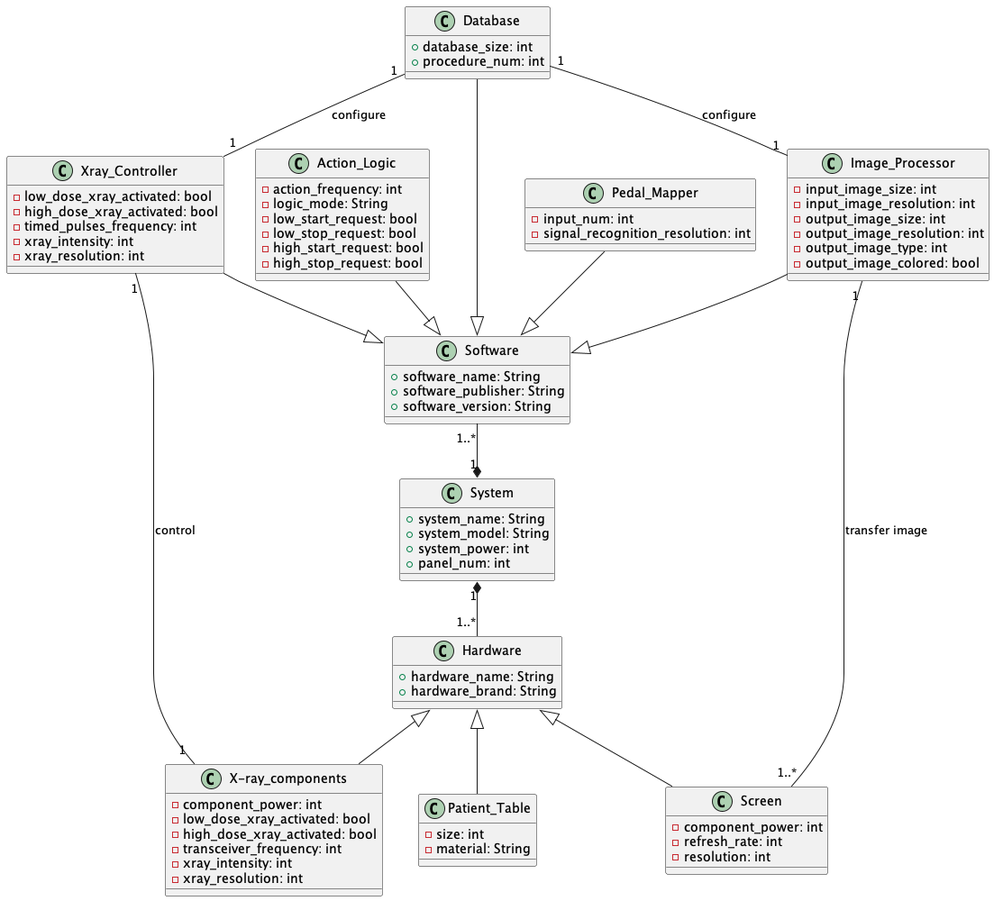
Above: class-high-level/src.png in JCLLi/Software-System-Traning (PlantUML), before the change.
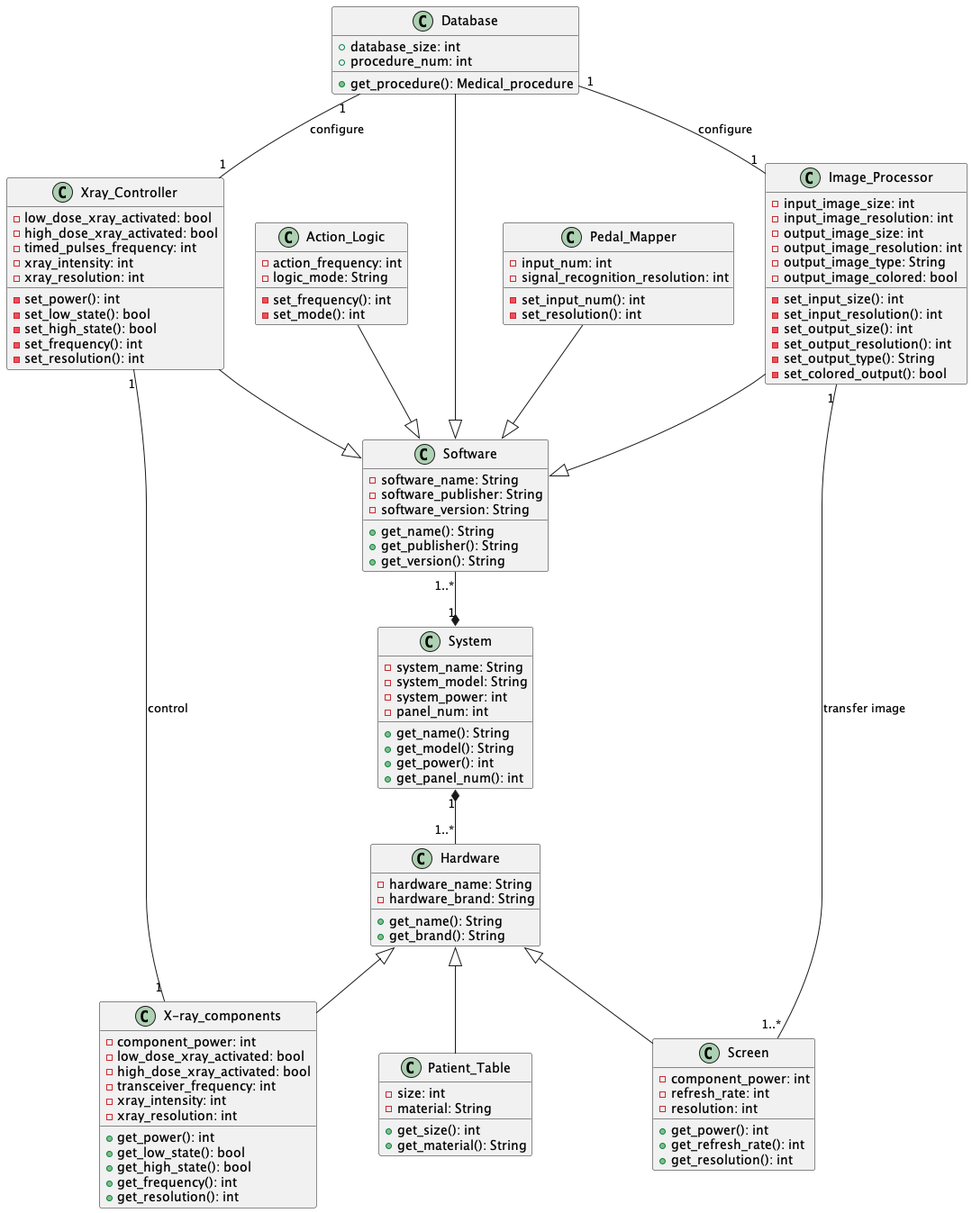
Later version of the same file.

Commit message:
Figure output

The edit, as a diff of the source:
```diff
@@ -1,20 +1,32 @@
 @startuml
 class “System” as sc{
-+system_name: String
-+system_model: String
-+system_power: int
-+panel_num: int
+-system_name: String
+-system_model: String
+-system_power: int
+-panel_num: int
+
++get_name(): String
++get_model(): String
++get_power(): int
++get_panel_num(): int
 }
 
 class "Hardware" as h{
-+hardware_name: String
-+hardware_brand: String
+-hardware_name: String
+-hardware_brand: String
+
++get_name(): String
++get_brand(): String
 }
 
 class "Software" as s{
-+software_name: String
-+software_publisher: String
-+software_version: String
+-software_name: String
+-software_publisher: String
+-software_version: String
+
++get_name(): String
++get_publisher(): String
++get_version(): String
 }
 
 class "X-ray_components" as xc{
@@ -24,17 +36,30 @@
 -transceiver_frequency: int
 -xray_intensity: int
 -xray_resolution: int
+
++get_power(): int
++get_low_state(): bool
++get_high_state(): bool
++get_frequency(): int
++get_resolution(): int
 }
 
 class "Screen" as scr{
 -component_power: int
 -refresh_rate: int
 -resolution: int
+
++get_power(): int
++get_refresh_rate(): int
++get_resolution(): int
 }
 
 class "Patient_Table" as pt{
 -size: int
 -material: String
+
++get_size(): int
++get_material(): String
 }
 
 
@@ -47,15 +72,17 @@
 class "Pedal_Mapper" as pm{
 -input_num: int
 -signal_recognition_resolution: int
+
+-set_input_num(): int
+-set_resolution(): int
 }
 
 class "Action_Logic" as al{
 -action_frequency: int
 -logic_mode: String
--low_start_request: bool
--low_stop_request: bool
--high_start_request: bool
--high_stop_request: bool
+
+-set_frequency(): int
+-set_mode(): int
 }
 
 class "Xray_Controller" as xcr{
@@ -64,6 +91,12 @@
 -timed_pulses_frequency: int
 -xray_intensity: int
 -xray_resolution: int
+
+-set_power(): int
+-set_low_state(): bool
+-set_high_state(): bool
+-set_frequency(): int
+-set_resolution(): int
 }
 
 class "Image_Processor" as ip{
@@ -71,13 +104,22 @@
 -input_image_resolution: int
 -output_image_size: int
 -output_image_resolution: int
--output_image_type: int
+-output_image_type: String
 -output_image_colored: bool
+
+-set_input_size(): int
+-set_input_resolution(): int
+-set_output_size(): int
+-set_output_resolution(): int
+-set_output_type(): String
+-set_colored_output(): bool
 }
 
 class "Database" as db{
 +database_size: int
 +procedure_num: int
+
++get_procedure(): Medical_procedure
 }
 
 s <|-up- ip
```
